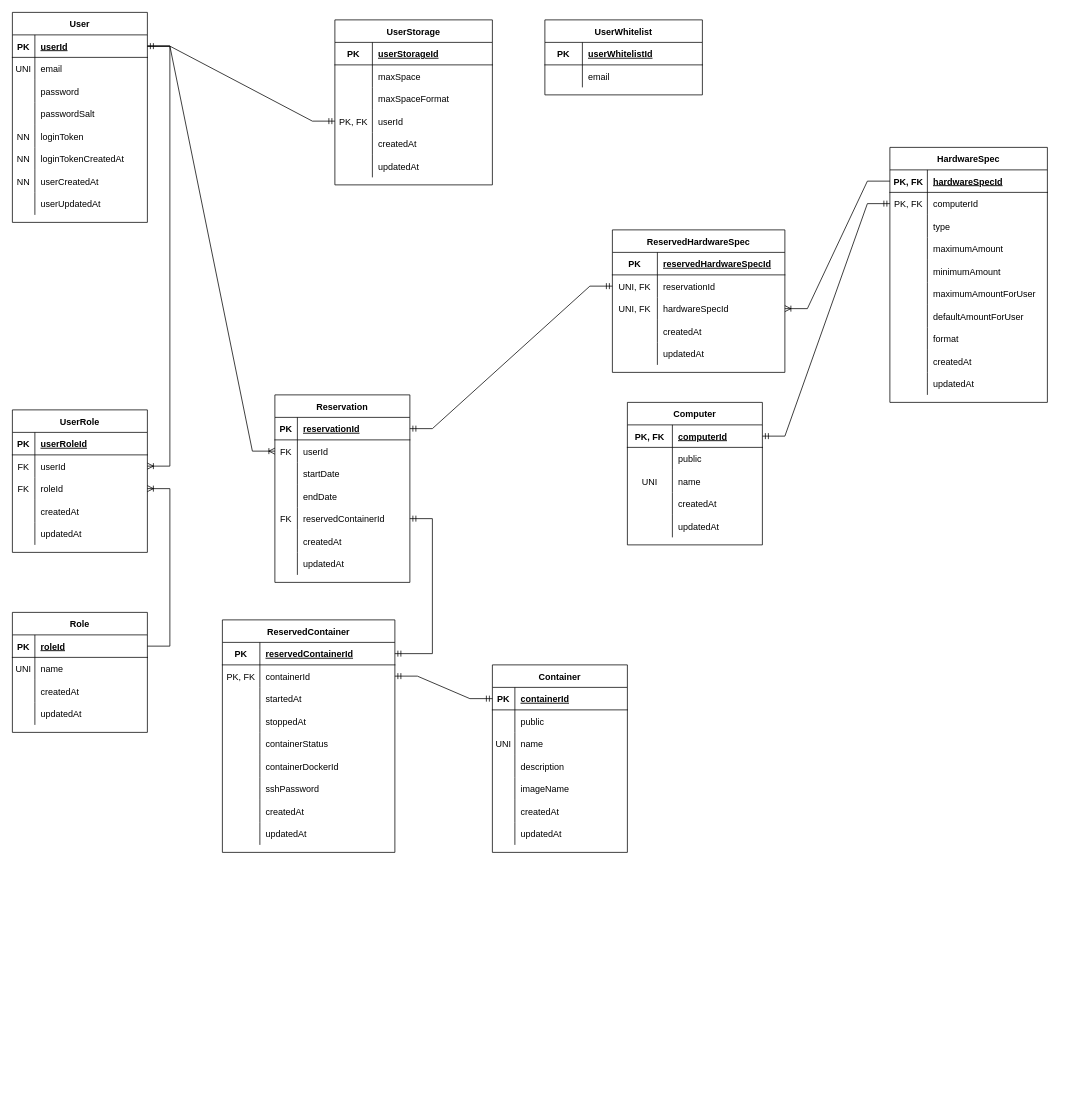
Above: additional_documentation/database.drawio in kulttuuri/containers-on-the-fly (draw.io), before the change. Source tidied: cells renumbered, new cells numbered last; positions are measured from the earlier drawing's top-left corner, leaving out a move shared by most shapes. Both pictures are drawn from the tidied source at 75%, with x=0, y=0 at pixel (12, 12).
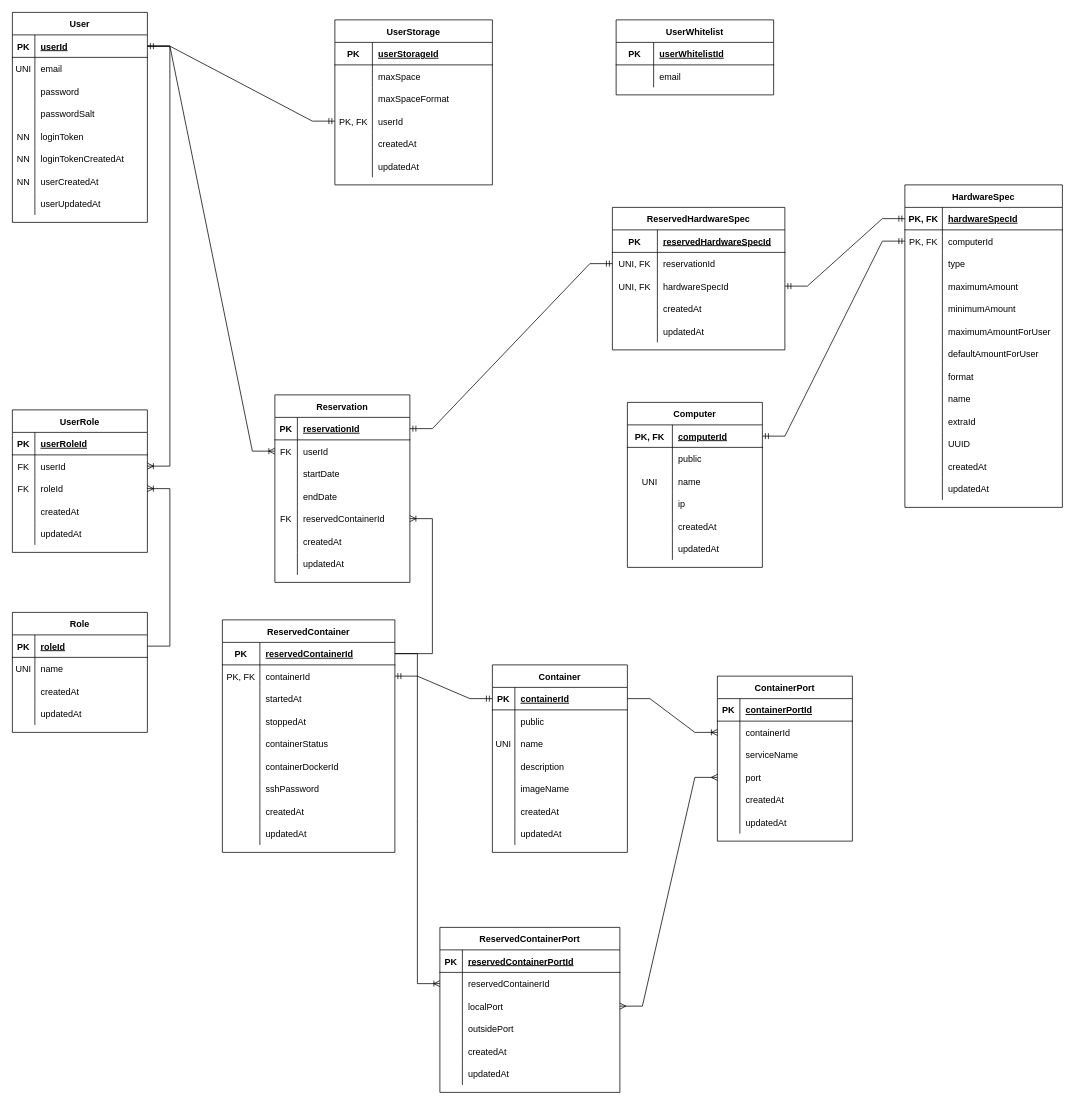
After the change.

Commit message (it also covers changes not shown here):
Updated database drawings. Removed TODOs from database.py

Unchanged cells that the change refers to:
```xml
<mxCell id="69" style="shape=tableRow;horizontal=0;startSize=0;swimlaneHead=0;swimlaneBody=0;fillColor=none;points=[[0,0.5],[1,0.5]];portConstraint=eastwest;top=0;left=0;right=0;bottom=0;" parent="56" vertex="1">
  <mxGeometry y="150" width="180" height="30" as="geometry" />
</mxCell>
<mxCell id="79" style="shape=tableRow;horizontal=0;startSize=0;swimlaneHead=0;swimlaneBody=0;fillColor=none;points=[[0,0.5],[1,0.5]];portConstraint=eastwest;top=0;left=0;right=0;bottom=1;" parent="78" vertex="1">
  <mxGeometry y="30" width="210" height="30" as="geometry" />
</mxCell>
<mxCell id="119" style="shape=tableRow;horizontal=0;startSize=0;swimlaneHead=0;swimlaneBody=0;fillColor=none;points=[[0,0.5],[1,0.5]];portConstraint=eastwest;top=0;left=0;right=0;bottom=0;" parent="112" vertex="1">
  <mxGeometry y="90" width="230" height="30" as="geometry" />
</mxCell>
<mxCell id="131" style="shape=tableRow;horizontal=0;startSize=0;swimlaneHead=0;swimlaneBody=0;fillColor=none;points=[[0,0.5],[1,0.5]];portConstraint=eastwest;top=0;left=0;right=0;bottom=1;" parent="130" vertex="1">
  <mxGeometry y="30" width="230" height="30" as="geometry" />
</mxCell>
<mxCell id="176" style="shape=tableRow;horizontal=0;startSize=0;swimlaneHead=0;swimlaneBody=0;fillColor=none;points=[[0,0.5],[1,0.5]];portConstraint=eastwest;top=0;left=0;right=0;bottom=1;" parent="175" vertex="1">
  <mxGeometry y="30" width="180" height="30" as="geometry" />
</mxCell>
```

Diff of the diagram source:
```diff
@@
     <mxCell id="78" value="HardwareSpec" style="shape=table;startSize=30;childLayout=tableLayout;rowLines=0;fontStyle=1;align=center;" parent="1" vertex="1">
-      <mxGeometry x="1170" y="180" width="210" height="340" as="geometry" />
+      <mxGeometry x="1190" y="230" width="210" height="430" as="geometry" />
     </mxCell>
@@
+    <mxCell id="226" style="shape=tableRow;horizontal=0;startSize=0;swimlaneHead=0;swimlaneBody=0;fillColor=none;top=0;left=0;right=0;bottom=0;" parent="78" vertex="1">
+      <mxGeometry y="270" width="210" height="30" as="geometry" />
+    </mxCell>
+    <mxCell id="227" style="shape=partialRectangle;fillColor=none;top=0;left=0;bottom=0;right=0;overflow=hidden;" parent="226" vertex="1">
+      <mxGeometry width="50" height="30" as="geometry" />
+    </mxCell>
+    <mxCell id="228" value="name" style="shape=partialRectangle;fillColor=none;top=0;left=0;bottom=0;right=0;align=left;spacingLeft=6;overflow=hidden;" parent="226" vertex="1">
+      <mxGeometry x="50" width="160" height="30" as="geometry" />
+    </mxCell>
+    <mxCell id="229" style="shape=tableRow;horizontal=0;startSize=0;swimlaneHead=0;swimlaneBody=0;fillColor=none;top=0;left=0;right=0;bottom=0;" parent="78" vertex="1">
+      <mxGeometry y="300" width="210" height="30" as="geometry" />
+    </mxCell>
+    <mxCell id="230" style="shape=partialRectangle;fillColor=none;top=0;left=0;bottom=0;right=0;overflow=hidden;" parent="229" vertex="1">
+      <mxGeometry width="50" height="30" as="geometry" />
+    </mxCell>
+    <mxCell id="231" value="extraId" style="shape=partialRectangle;fillColor=none;top=0;left=0;bottom=0;right=0;align=left;spacingLeft=6;overflow=hidden;" parent="229" vertex="1">
+      <mxGeometry x="50" width="160" height="30" as="geometry" />
+    </mxCell>
+    <mxCell id="232" style="shape=tableRow;horizontal=0;startSize=0;swimlaneHead=0;swimlaneBody=0;fillColor=none;top=0;left=0;right=0;bottom=0;" parent="78" vertex="1">
+      <mxGeometry y="330" width="210" height="30" as="geometry" />
+    </mxCell>
+    <mxCell id="233" style="shape=partialRectangle;fillColor=none;top=0;left=0;bottom=0;right=0;overflow=hidden;" parent="232" vertex="1">
+      <mxGeometry width="50" height="30" as="geometry" />
+    </mxCell>
+    <mxCell id="234" value="UUID" style="shape=partialRectangle;fillColor=none;top=0;left=0;bottom=0;right=0;align=left;spacingLeft=6;overflow=hidden;" parent="232" vertex="1">
+      <mxGeometry x="50" width="160" height="30" as="geometry" />
+    </mxCell>
     <mxCell id="103" style="shape=tableRow;horizontal=0;startSize=0;swimlaneHead=0;swimlaneBody=0;fillColor=none;top=0;left=0;right=0;bottom=0;" parent="78" vertex="1">
-      <mxGeometry y="270" width="210" height="30" as="geometry" />
+      <mxGeometry y="360" width="210" height="30" as="geometry" />
     </mxCell>
@@
     <mxCell id="106" style="shape=tableRow;horizontal=0;startSize=0;swimlaneHead=0;swimlaneBody=0;fillColor=none;top=0;left=0;right=0;bottom=0;" parent="78" vertex="1">
-      <mxGeometry y="300" width="210" height="30" as="geometry" />
+      <mxGeometry y="390" width="210" height="30" as="geometry" />
     </mxCell>
@@
     <mxCell id="112" value="ReservedHardwareSpec" style="shape=table;startSize=30;childLayout=tableLayout;rowLines=0;fontStyle=1;align=center;" parent="1" vertex="1">
-      <mxGeometry x="800" y="290" width="230" height="190" as="geometry" />
+      <mxGeometry x="800" y="260" width="230" height="190" as="geometry" />
     </mxCell>
@@
-    <mxCell id="129" style="edgeStyle=entityRelationEdgeStyle;fontSize=12;html=1;endArrow=ERoneToMany;rounded=0;" parent="1" edge="1" source="79" target="119">
-      <mxGeometry relative="1" as="geometry" />
-    </mxCell>
@@
     <mxCell id="158" value="Computer" style="shape=table;startSize=30;childLayout=tableLayout;rowLines=0;fontStyle=1;align=center;" parent="1" vertex="1">
-      <mxGeometry x="820" y="520" width="180" height="190" as="geometry" />
+      <mxGeometry x="820" y="520" width="180" height="220" as="geometry" />
     </mxCell>
@@
+    <mxCell id="235" style="shape=tableRow;horizontal=0;startSize=0;swimlaneHead=0;swimlaneBody=0;fillColor=none;top=0;left=0;right=0;bottom=0;" parent="158" vertex="1">
+      <mxGeometry y="120" width="180" height="30" as="geometry" />
+    </mxCell>
+    <mxCell id="236" style="shape=partialRectangle;fillColor=none;top=0;left=0;bottom=0;right=0;overflow=hidden;" parent="235" vertex="1">
+      <mxGeometry width="60" height="30" as="geometry" />
+    </mxCell>
+    <mxCell id="237" value="ip" style="shape=partialRectangle;fillColor=none;top=0;left=0;bottom=0;right=0;align=left;spacingLeft=6;overflow=hidden;" parent="235" vertex="1">
+      <mxGeometry x="60" width="120" height="30" as="geometry" />
+    </mxCell>
     <mxCell id="168" style="shape=tableRow;horizontal=0;startSize=0;swimlaneHead=0;swimlaneBody=0;fillColor=none;top=0;left=0;right=0;bottom=0;" parent="158" vertex="1">
-      <mxGeometry y="120" width="180" height="30" as="geometry" />
+      <mxGeometry y="150" width="180" height="30" as="geometry" />
     </mxCell>
@@
     <mxCell id="171" style="shape=tableRow;horizontal=0;startSize=0;swimlaneHead=0;swimlaneBody=0;fillColor=none;top=0;left=0;right=0;bottom=0;" parent="158" vertex="1">
-      <mxGeometry y="150" width="180" height="30" as="geometry" />
+      <mxGeometry y="180" width="180" height="30" as="geometry" />
     </mxCell>
@@
-    <mxCell id="174" style="edgeStyle=entityRelationEdgeStyle;fontSize=12;html=1;endArrow=ERmandOne;startArrow=ERmandOne;rounded=0;" parent="1" edge="1" source="131" target="69">
-      <mxGeometry relative="1" as="geometry" />
-    </mxCell>
@@
     <mxCell id="219" value="UserWhitelist" style="shape=table;startSize=30;childLayout=tableLayout;rowLines=0;fontStyle=1;align=center;" parent="1" vertex="1">
-      <mxGeometry x="710" y="10" width="210" height="100" as="geometry" />
+      <mxGeometry x="805" y="10" width="210" height="100" as="geometry" />
     </mxCell>
@@
+    <mxCell id="238" value="ContainerPort" style="shape=table;startSize=30;childLayout=tableLayout;rowLines=0;fontStyle=1;align=center;" parent="1" vertex="1">
+      <mxGeometry x="940" y="885" width="180" height="220" as="geometry" />
+    </mxCell>
+    <mxCell id="239" style="shape=tableRow;horizontal=0;startSize=0;swimlaneHead=0;swimlaneBody=0;fillColor=none;top=0;left=0;right=0;bottom=1;" parent="238" vertex="1">
+      <mxGeometry y="30" width="180" height="30" as="geometry" />
+    </mxCell>
+    <mxCell id="240" value="PK" style="shape=partialRectangle;fillColor=none;top=0;left=0;bottom=0;right=0;fontStyle=1;overflow=hidden;" parent="239" vertex="1">
+      <mxGeometry width="30" height="30" as="geometry" />
+    </mxCell>
+    <mxCell id="241" value="containerPortId" style="shape=partialRectangle;fillColor=none;top=0;left=0;bottom=0;right=0;align=left;spacingLeft=6;fontStyle=5;overflow=hidden;" parent="239" vertex="1">
+      <mxGeometry x="30" width="150" height="30" as="geometry" />
+    </mxCell>
+    <mxCell id="242" style="shape=tableRow;horizontal=0;startSize=0;swimlaneHead=0;swimlaneBody=0;fillColor=none;points=[[0,0.5],[1,0.5]];portConstraint=eastwest;top=0;left=0;right=0;bottom=0;" parent="238" vertex="1">
+      <mxGeometry y="60" width="180" height="30" as="geometry" />
+    </mxCell>
+    <mxCell id="243" style="shape=partialRectangle;fillColor=none;top=0;left=0;bottom=0;right=0;overflow=hidden;" parent="242" vertex="1">
+      <mxGeometry width="30" height="30" as="geometry" />
+    </mxCell>
+    <mxCell id="244" value="containerId" style="shape=partialRectangle;fillColor=none;top=0;left=0;bottom=0;right=0;align=left;spacingLeft=6;overflow=hidden;" parent="242" vertex="1">
+      <mxGeometry x="30" width="150" height="30" as="geometry" />
+    </mxCell>
+    <mxCell id="245" style="shape=tableRow;horizontal=0;startSize=0;swimlaneHead=0;swimlaneBody=0;fillColor=none;top=0;left=0;right=0;bottom=0;" parent="238" vertex="1">
+      <mxGeometry y="90" width="180" height="30" as="geometry" />
+    </mxCell>
+    <mxCell id="246" style="shape=partialRectangle;fillColor=none;top=0;left=0;bottom=0;right=0;overflow=hidden;" parent="245" vertex="1">
+      <mxGeometry width="30" height="30" as="geometry" />
+    </mxCell>
+    <mxCell id="247" value="serviceName" style="shape=partialRectangle;fillColor=none;top=0;left=0;bottom=0;right=0;align=left;spacingLeft=6;overflow=hidden;" parent="245" vertex="1">
+      <mxGeometry x="30" width="150" height="30" as="geometry" />
+    </mxCell>
+    <mxCell id="248" style="shape=tableRow;horizontal=0;startSize=0;swimlaneHead=0;swimlaneBody=0;fillColor=none;points=[[0,0.5],[1,0.5]];portConstraint=eastwest;top=0;left=0;right=0;bottom=0;" parent="238" vertex="1">
+      <mxGeometry y="120" width="180" height="30" as="geometry" />
+    </mxCell>
+    <mxCell id="249" style="shape=partialRectangle;fillColor=none;top=0;left=0;bottom=0;right=0;overflow=hidden;" parent="248" vertex="1">
+      <mxGeometry width="30" height="30" as="geometry" />
+    </mxCell>
+    <mxCell id="250" value="port" style="shape=partialRectangle;fillColor=none;top=0;left=0;bottom=0;right=0;align=left;spacingLeft=6;overflow=hidden;" parent="248" vertex="1">
+      <mxGeometry x="30" width="150" height="30" as="geometry" />
+    </mxCell>
+    <mxCell id="251" style="shape=tableRow;horizontal=0;startSize=0;swimlaneHead=0;swimlaneBody=0;fillColor=none;top=0;left=0;right=0;bottom=0;" parent="238" vertex="1">
+      <mxGeometry y="150" width="180" height="30" as="geometry" />
+    </mxCell>
+    <mxCell id="252" style="shape=partialRectangle;fillColor=none;top=0;left=0;bottom=0;right=0;overflow=hidden;" parent="251" vertex="1">
+      <mxGeometry width="30" height="30" as="geometry" />
+    </mxCell>
+    <mxCell id="253" value="createdAt" style="shape=partialRectangle;fillColor=none;top=0;left=0;bottom=0;right=0;align=left;spacingLeft=6;overflow=hidden;" parent="251" vertex="1">
+      <mxGeometry x="30" width="150" height="30" as="geometry" />
+    </mxCell>
+    <mxCell id="254" style="shape=tableRow;horizontal=0;startSize=0;swimlaneHead=0;swimlaneBody=0;fillColor=none;top=0;left=0;right=0;bottom=0;" parent="238" vertex="1">
+      <mxGeometry y="180" width="180" height="30" as="geometry" />
+    </mxCell>
+    <mxCell id="255" style="shape=partialRectangle;fillColor=none;top=0;left=0;bottom=0;right=0;overflow=hidden;" parent="254" vertex="1">
+      <mxGeometry width="30" height="30" as="geometry" />
+    </mxCell>
+    <mxCell id="256" value="updatedAt" style="shape=partialRectangle;fillColor=none;top=0;left=0;bottom=0;right=0;align=left;spacingLeft=6;overflow=hidden;" parent="254" vertex="1">
+      <mxGeometry x="30" width="150" height="30" as="geometry" />
+    </mxCell>
+    <mxCell id="257" style="edgeStyle=entityRelationEdgeStyle;fontSize=12;html=1;endArrow=ERoneToMany;rounded=0;" parent="1" edge="1" source="176" target="242">
+      <mxGeometry relative="1" as="geometry" />
+    </mxCell>
+    <mxCell id="174" style="edgeStyle=entityRelationEdgeStyle;fontSize=12;html=1;endArrow=ERoneToMany;rounded=0;" parent="1" edge="1" source="131" target="69">
+      <mxGeometry relative="1" as="geometry" />
+    </mxCell>
+    <mxCell id="258" style="edgeStyle=entityRelationEdgeStyle;fontSize=12;html=1;endArrow=ERmandOne;startArrow=ERmandOne;rounded=0;" parent="1" edge="1" source="119" target="79">
+      <mxGeometry relative="1" as="geometry" />
+    </mxCell>
+    <mxCell id="259" value="ReservedContainerPort" style="shape=table;startSize=30;childLayout=tableLayout;rowLines=0;fontStyle=1;align=center;" parent="1" vertex="1">
+      <mxGeometry x="570" y="1220" width="240" height="220" as="geometry" />
+    </mxCell>
+    <mxCell id="260" style="shape=tableRow;horizontal=0;startSize=0;swimlaneHead=0;swimlaneBody=0;fillColor=none;top=0;left=0;right=0;bottom=1;" parent="259" vertex="1">
+      <mxGeometry y="30" width="240" height="30" as="geometry" />
+    </mxCell>
+    <mxCell id="261" value="PK" style="shape=partialRectangle;fillColor=none;top=0;left=0;bottom=0;right=0;fontStyle=1;overflow=hidden;" parent="260" vertex="1">
+      <mxGeometry width="30" height="30" as="geometry" />
+    </mxCell>
+    <mxCell id="262" value="reservedContainerPortId" style="shape=partialRectangle;fillColor=none;top=0;left=0;bottom=0;right=0;align=left;spacingLeft=6;fontStyle=5;overflow=hidden;" parent="260" vertex="1">
+      <mxGeometry x="30" width="210" height="30" as="geometry" />
+    </mxCell>
+    <mxCell id="263" style="shape=tableRow;horizontal=0;startSize=0;swimlaneHead=0;swimlaneBody=0;fillColor=none;points=[[0,0.5],[1,0.5]];portConstraint=eastwest;top=0;left=0;right=0;bottom=0;" parent="259" vertex="1">
+      <mxGeometry y="60" width="240" height="30" as="geometry" />
+    </mxCell>
+    <mxCell id="264" style="shape=partialRectangle;fillColor=none;top=0;left=0;bottom=0;right=0;overflow=hidden;" parent="263" vertex="1">
+      <mxGeometry width="30" height="30" as="geometry" />
+    </mxCell>
+    <mxCell id="265" value="reservedContainerId" style="shape=partialRectangle;fillColor=none;top=0;left=0;bottom=0;right=0;align=left;spacingLeft=6;overflow=hidden;" parent="263" vertex="1">
+      <mxGeometry x="30" width="210" height="30" as="geometry" />
+    </mxCell>
+    <mxCell id="266" style="shape=tableRow;horizontal=0;startSize=0;swimlaneHead=0;swimlaneBody=0;fillColor=none;points=[[0,0.5],[1,0.5]];portConstraint=eastwest;top=0;left=0;right=0;bottom=0;" parent="259" vertex="1">
+      <mxGeometry y="90" width="240" height="30" as="geometry" />
+    </mxCell>
+    <mxCell id="267" style="shape=partialRectangle;fillColor=none;top=0;left=0;bottom=0;right=0;overflow=hidden;" parent="266" vertex="1">
+      <mxGeometry width="30" height="30" as="geometry" />
+    </mxCell>
+    <mxCell id="268" value="localPort" style="shape=partialRectangle;fillColor=none;top=0;left=0;bottom=0;right=0;align=left;spacingLeft=6;overflow=hidden;" parent="266" vertex="1">
+      <mxGeometry x="30" width="210" height="30" as="geometry" />
+    </mxCell>
+    <mxCell id="269" style="shape=tableRow;horizontal=0;startSize=0;swimlaneHead=0;swimlaneBody=0;fillColor=none;top=0;left=0;right=0;bottom=0;" parent="259" vertex="1">
+      <mxGeometry y="120" width="240" height="30" as="geometry" />
+    </mxCell>
+    <mxCell id="270" style="shape=partialRectangle;fillColor=none;top=0;left=0;bottom=0;right=0;overflow=hidden;" parent="269" vertex="1">
+      <mxGeometry width="30" height="30" as="geometry" />
+    </mxCell>
+    <mxCell id="271" value="outsidePort" style="shape=partialRectangle;fillColor=none;top=0;left=0;bottom=0;right=0;align=left;spacingLeft=6;overflow=hidden;" parent="269" vertex="1">
+      <mxGeometry x="30" width="210" height="30" as="geometry" />
+    </mxCell>
+    <mxCell id="272" style="shape=tableRow;horizontal=0;startSize=0;swimlaneHead=0;swimlaneBody=0;fillColor=none;top=0;left=0;right=0;bottom=0;" parent="259" vertex="1">
+      <mxGeometry y="150" width="240" height="30" as="geometry" />
+    </mxCell>
+    <mxCell id="273" style="shape=partialRectangle;fillColor=none;top=0;left=0;bottom=0;right=0;overflow=hidden;" parent="272" vertex="1">
+      <mxGeometry width="30" height="30" as="geometry" />
+    </mxCell>
+    <mxCell id="274" value="createdAt" style="shape=partialRectangle;fillColor=none;top=0;left=0;bottom=0;right=0;align=left;spacingLeft=6;overflow=hidden;" parent="272" vertex="1">
+      <mxGeometry x="30" width="210" height="30" as="geometry" />
+    </mxCell>
+    <mxCell id="275" style="shape=tableRow;horizontal=0;startSize=0;swimlaneHead=0;swimlaneBody=0;fillColor=none;top=0;left=0;right=0;bottom=0;" parent="259" vertex="1">
+      <mxGeometry y="180" width="240" height="30" as="geometry" />
+    </mxCell>
+    <mxCell id="276" style="shape=partialRectangle;fillColor=none;top=0;left=0;bottom=0;right=0;overflow=hidden;" parent="275" vertex="1">
+      <mxGeometry width="30" height="30" as="geometry" />
+    </mxCell>
+    <mxCell id="277" value="updatedAt" style="shape=partialRectangle;fillColor=none;top=0;left=0;bottom=0;right=0;align=left;spacingLeft=6;overflow=hidden;" parent="275" vertex="1">
+      <mxGeometry x="30" width="210" height="30" as="geometry" />
+    </mxCell>
+    <mxCell id="278" style="edgeStyle=entityRelationEdgeStyle;fontSize=12;html=1;endArrow=ERoneToMany;rounded=0;" parent="1" edge="1" source="131" target="263">
+      <mxGeometry relative="1" as="geometry" />
+    </mxCell>
+    <mxCell id="279" style="edgeStyle=entityRelationEdgeStyle;fontSize=12;html=1;endArrow=ERmany;startArrow=ERmany;rounded=0;" parent="1" edge="1" source="266" target="248">
+      <mxGeometry relative="1" as="geometry" />
+    </mxCell>
```
